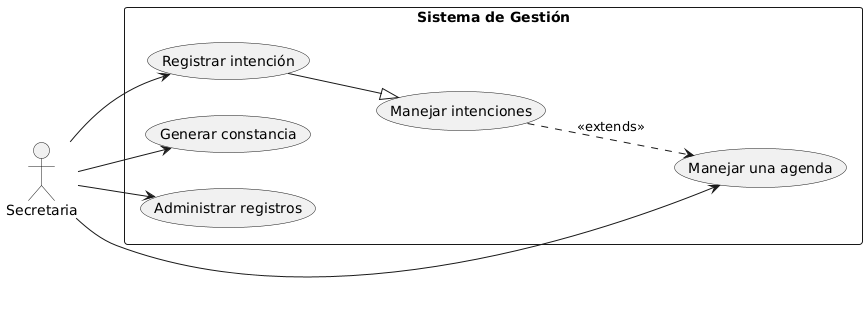
The PlantUML diagram Documentacion/casos de uso.png in EGA-SUPREMO/Sistema-de-Gestion-Parroquial, before a commit.
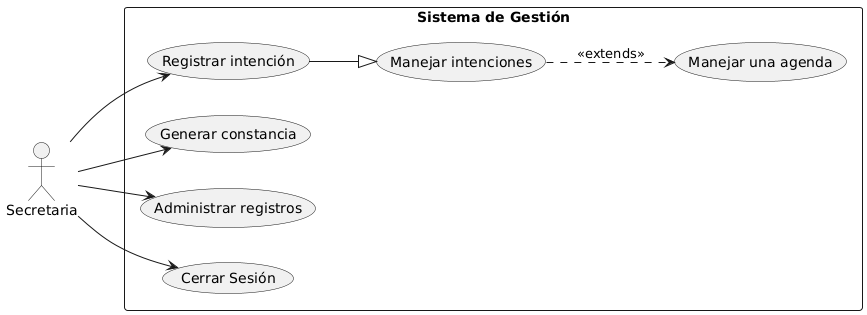
Later version of the same file.

Commit message:
corregir casos de uso y tarjetas CRC

Diff of the diagram source:
```diff
@@ -9,12 +9,13 @@
   usecase "Manejar una agenda" as UC2
   usecase "Manejar intenciones" as UC3
   usecase "Administrar registros" as UC5
+  usecase "Cerrar Sesión" as UC4
 }
 
 Secretaria --> UC1
-Secretaria --> UC2
 UC3 ..> UC2 : <<extends>>
 Secretaria --> UC5
 Secretaria --> UC6
+Secretaria --> UC4
 UC6 --|> UC3
 @enduml
```
